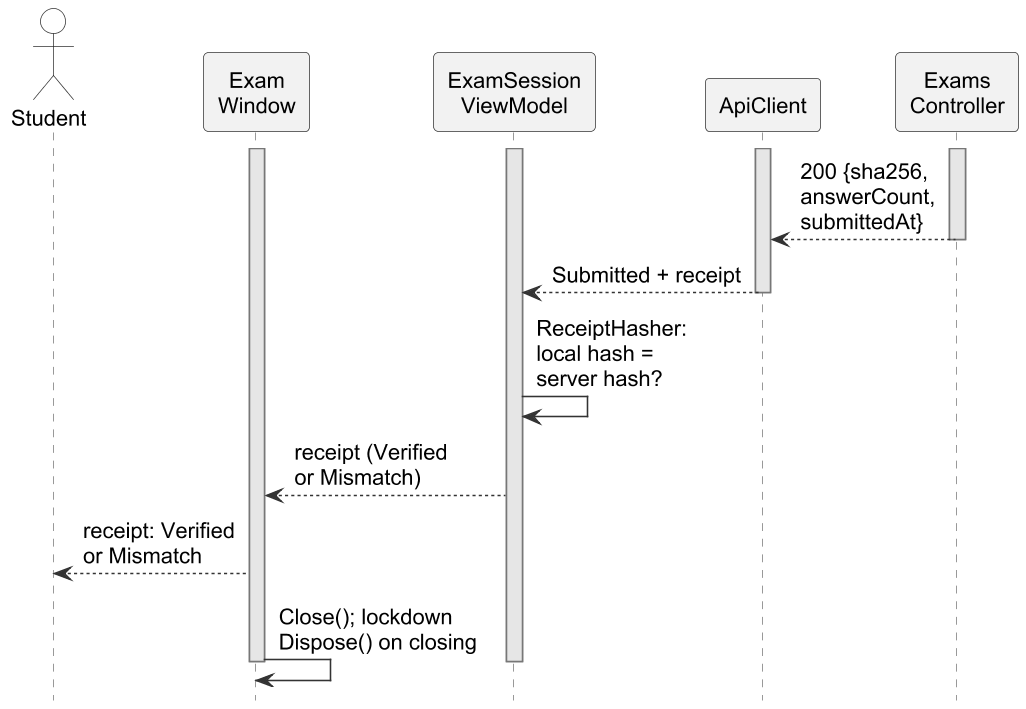
Haiderali27-hub/AI-Lab-Monitoring- keeps this PlantUML diagram as important docs/fyp_doc_3chatp/Figures/seq_submission_c.png. Above is the earlier version.
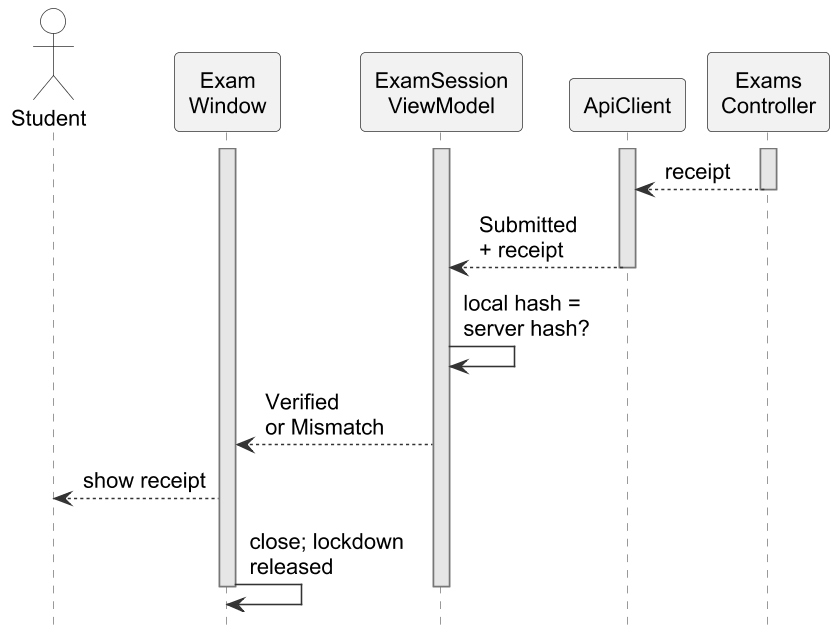
Later version of the same file.

Diff of the diagram source:
```diff
@@ -6,7 +6,6 @@
 hide unlinked
 skinparam ParticipantPadding 2
 skinparam BoxPadding 0
-skinparam maxMessageSize 200
 skinparam sequence {
   MessageAlign left
   LifeLineBackgroundColor #E6E6E6
@@ -17,20 +16,18 @@
 participant "ExamSession\nViewModel" as VM
 participant "ApiClient" as API
 participant "Exams\nController" as EC
-participant "Submission\nService" as SS
-database "AppDb\nContext" as DB
 activate EW
 activate VM
 activate API
 activate EC
-  EC --> API : 200 {sha256,\nanswerCount,\nsubmittedAt}
-  deactivate EC
-  API --> VM : Submitted + receipt
-  deactivate API
-  VM -> VM : ReceiptHasher:\nlocal hash =\nserver hash?
-  VM --> EW : receipt (Verified\nor Mismatch)
-  EW --> Student : receipt: Verified\nor Mismatch
-  EW -> EW : Close(); lockdown\nDispose() on closing
+EC --> API : receipt
+deactivate EC
+API --> VM : Submitted\n+ receipt
+deactivate API
+VM -> VM : local hash =\nserver hash?
+VM --> EW : Verified\nor Mismatch
+EW --> Student : show receipt
+EW -> EW : close; lockdown\nreleased
 deactivate VM
 deactivate EW
 @enduml
```
